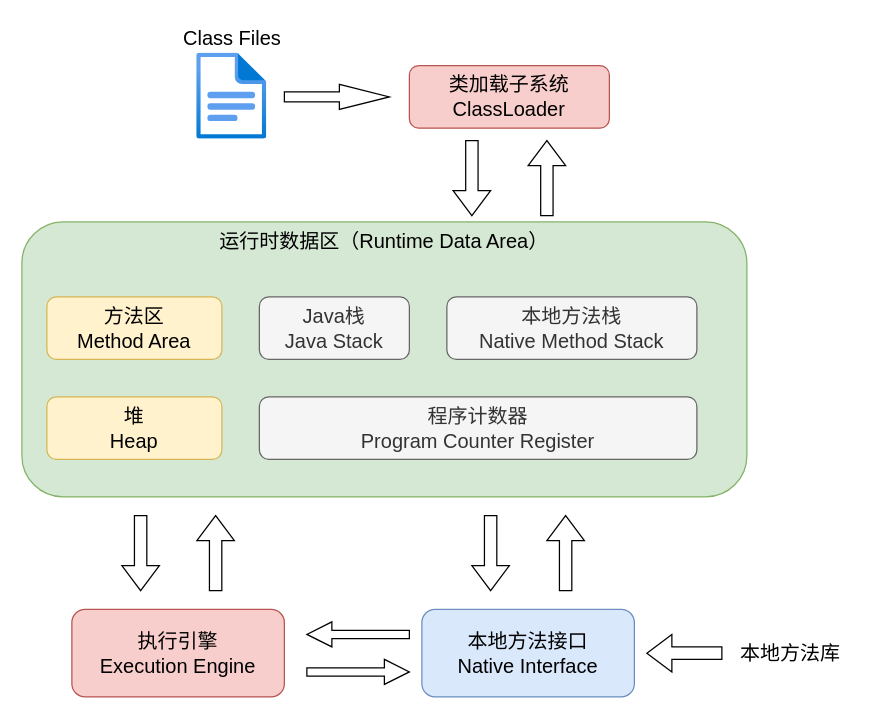
This is Java/JVM/JVM介绍/JVM结构简图.drawio from Developer-Tang/Knowledge-Notes, a draw.io file, before an edit. Source tidied: cells renumbered, new cells numbered last; positions are measured from the earlier drawing's top-left corner, leaving out a move shared by most shapes. Both pictures are drawn from the tidied source at 125%, with x=0, y=0 at pixel (21, 52).
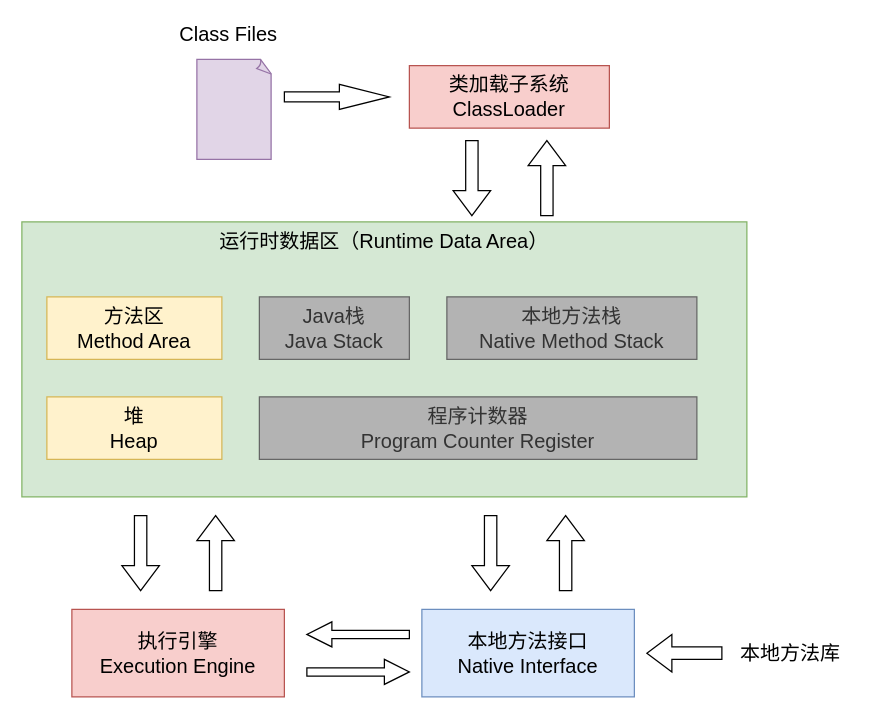
The same diagram, later.

The edit, as a diff of the source:
```diff
@@
-<mxGraphModel background="#FFFFFF">
+<mxGraphModel>
@@
-    <mxCell id="2" value="Class Files" style="html=1;align=center;image;fontSize=16;image=img/lib/azure2/general/File.svg;labelPosition=center;verticalLabelPosition=top;verticalAlign=bottom;" parent="1" vertex="1">
-      <mxGeometry x="140" width="56" height="69" as="geometry" />
-    </mxCell>
-    <mxCell id="3" value="类加载子系统&lt;br&gt;ClassLoader" style="rounded=1;whiteSpace=wrap;html=1;fontSize=16;fillColor=#f8cecc;strokeColor=#b85450;" parent="1" vertex="1">
+    <mxCell id="3" value="类加载子系统&lt;br&gt;ClassLoader" style="whiteSpace=wrap;html=1;fontSize=16;fillColor=#f8cecc;strokeColor=#b85450;" parent="1" vertex="1">
       <mxGeometry x="310" y="10" width="160" height="50" as="geometry" />
     </mxCell>
@@
-    <mxCell id="5" value="运行时数据区（Runtime Data Area）" style="rounded=1;whiteSpace=wrap;html=1;fontSize=16;labelPosition=center;verticalLabelPosition=top;align=center;verticalAlign=bottom;spacingBottom=-27;fillColor=#d5e8d4;strokeColor=#82b366;" parent="1" vertex="1">
+    <mxCell id="5" value="运行时数据区（Runtime Data Area）" style="whiteSpace=wrap;html=1;fontSize=16;labelPosition=center;verticalLabelPosition=top;align=center;verticalAlign=bottom;spacingBottom=-27;fillColor=#d5e8d4;strokeColor=#82b366;" parent="1" vertex="1">
       <mxGeometry y="135" width="580" height="220" as="geometry" />
     </mxCell>
-    <mxCell id="6" value="方法区&lt;br&gt;Method Area" style="rounded=1;whiteSpace=wrap;html=1;fontSize=16;fillColor=#fff2cc;strokeColor=#d6b656;" parent="1" vertex="1">
+    <mxCell id="6" value="方法区&lt;br&gt;Method Area" style="whiteSpace=wrap;html=1;fontSize=16;fillColor=#fff2cc;strokeColor=#d6b656;" parent="1" vertex="1">
       <mxGeometry x="20" y="195" width="140" height="50" as="geometry" />
     </mxCell>
-    <mxCell id="7" value="堆&lt;br&gt;Heap" style="rounded=1;whiteSpace=wrap;html=1;fontSize=16;fillColor=#fff2cc;strokeColor=#d6b656;" parent="1" vertex="1">
+    <mxCell id="7" value="堆&lt;br&gt;Heap" style="whiteSpace=wrap;html=1;fontSize=16;fillColor=#fff2cc;strokeColor=#d6b656;" parent="1" vertex="1">
       <mxGeometry x="20" y="275" width="140" height="50" as="geometry" />
     </mxCell>
-    <mxCell id="8" value="Java栈&lt;br&gt;Java Stack" style="rounded=1;whiteSpace=wrap;html=1;fontSize=16;fillColor=#f5f5f5;strokeColor=#666666;fontColor=#333333;" parent="1" vertex="1">
+    <mxCell id="8" value="Java栈&lt;br&gt;Java Stack" style="whiteSpace=wrap;html=1;fontSize=16;fillColor=#B3B3B3;strokeColor=#666666;fontColor=#333333;" parent="1" vertex="1">
       <mxGeometry x="190" y="195" width="120" height="50" as="geometry" />
     </mxCell>
-    <mxCell id="9" value="本地方法栈&lt;br&gt;Native Method Stack" style="rounded=1;whiteSpace=wrap;html=1;fontSize=16;fillColor=#f5f5f5;strokeColor=#666666;fontColor=#333333;" parent="1" vertex="1">
+    <mxCell id="9" value="本地方法栈&lt;br&gt;Native Method Stack" style="whiteSpace=wrap;html=1;fontSize=16;fillColor=#B3B3B3;strokeColor=#666666;fontColor=#333333;" parent="1" vertex="1">
       <mxGeometry x="340" y="195" width="200" height="50" as="geometry" />
     </mxCell>
-    <mxCell id="10" value="程序计数器&lt;br&gt;Program Counter Register" style="rounded=1;whiteSpace=wrap;html=1;fontSize=16;fillColor=#f5f5f5;strokeColor=#666666;fontColor=#333333;" parent="1" vertex="1">
+    <mxCell id="10" value="程序计数器&lt;br&gt;Program Counter Register" style="whiteSpace=wrap;html=1;fontSize=16;fillColor=#B3B3B3;strokeColor=#666666;fontColor=#333333;" parent="1" vertex="1">
       <mxGeometry x="190" y="275" width="350" height="50" as="geometry" />
     </mxCell>
@@
-    <mxCell id="13" value="执行引擎&lt;br&gt;Execution Engine" style="rounded=1;whiteSpace=wrap;html=1;fontSize=16;fillColor=#f8cecc;strokeColor=#b85450;" parent="1" vertex="1">
+    <mxCell id="13" value="执行引擎&lt;br&gt;Execution Engine" style="whiteSpace=wrap;html=1;fontSize=16;fillColor=#f8cecc;strokeColor=#b85450;" parent="1" vertex="1">
       <mxGeometry x="40" y="445" width="170" height="70" as="geometry" />
     </mxCell>
-    <mxCell id="14" value="本地方法接口&lt;br&gt;Native Interface" style="rounded=1;whiteSpace=wrap;html=1;fontSize=16;fillColor=#dae8fc;strokeColor=#6c8ebf;" parent="1" vertex="1">
+    <mxCell id="14" value="本地方法接口&lt;br&gt;Native Interface" style="whiteSpace=wrap;html=1;fontSize=16;fillColor=#dae8fc;strokeColor=#6c8ebf;" parent="1" vertex="1">
       <mxGeometry x="320" y="445" width="170" height="70" as="geometry" />
     </mxCell>
@@
-    <mxCell id="22" value="本地方法库" style="text;html=1;strokeColor=none;fillColor=none;align=center;verticalAlign=middle;whiteSpace=wrap;rounded=0;fontSize=16;" parent="1" vertex="1">
+    <mxCell id="22" value="本地方法库" style="text;html=1;strokeColor=none;fillColor=none;align=center;verticalAlign=middle;whiteSpace=wrap;fontSize=16;" parent="1" vertex="1">
       <mxGeometry x="570" y="460" width="90" height="40" as="geometry" />
     </mxCell>
+    <mxCell id="23" style="whiteSpace=wrap;html=1;shape=mxgraph.basic.document;fillColor=#e1d5e7;strokeColor=#9673a6;labelPosition=center;verticalLabelPosition=top;align=center;verticalAlign=bottom;fontSize=16;" parent="1" vertex="1">
+      <mxGeometry x="140" y="5" width="60" height="80" as="geometry" />
+    </mxCell>
+    <mxCell id="2" value="&lt;span&gt;Class Files&lt;/span&gt;" style="text;html=1;align=center;verticalAlign=middle;strokeColor=none;fillColor=none;fontSize=16;" parent="1" vertex="1">
+      <mxGeometry x="120" y="-25" width="90" height="20" as="geometry" />
+    </mxCell>
```
